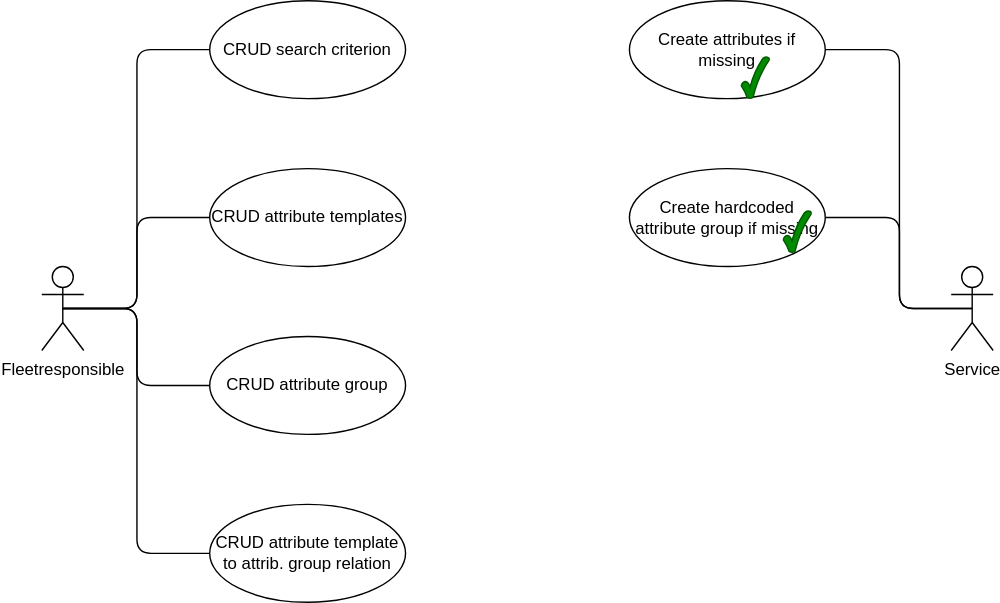
Makoehle/attributes-byTemplate-generator keeps this draw.io diagram as docs/use-cases.svg. Above is the earlier version. Source tidied: cells renumbered, new cells last; positions are measured from the earlier drawing's top-left corner, leaving out a move shared by most shapes. The source it was exported from:
```xml
<mxGraphModel>
  <root>
    <mxCell id="0" />
    <mxCell id="1" parent="0" />
    <mxCell id="2" style="edgeStyle=elbowEdgeStyle;html=1;exitX=0.5;exitY=0.5;exitDx=0;exitDy=0;exitPerimeter=0;entryX=0;entryY=0.5;entryDx=0;entryDy=0;endArrow=none;endFill=0;" parent="1" edge="1" source="6" target="8">
      <mxGeometry relative="1" as="geometry" />
    </mxCell>
    <mxCell id="3" style="edgeStyle=elbowEdgeStyle;html=1;exitX=0.5;exitY=0.5;exitDx=0;exitDy=0;exitPerimeter=0;entryX=0;entryY=0.5;entryDx=0;entryDy=0;endArrow=none;endFill=0;" parent="1" edge="1" source="6" target="7">
      <mxGeometry relative="1" as="geometry" />
    </mxCell>
    <mxCell id="4" style="edgeStyle=elbowEdgeStyle;html=1;exitX=0.5;exitY=0.5;exitDx=0;exitDy=0;exitPerimeter=0;entryX=0;entryY=0.5;entryDx=0;entryDy=0;endArrow=none;endFill=0;" parent="1" edge="1" source="6" target="9">
      <mxGeometry relative="1" as="geometry" />
    </mxCell>
    <mxCell id="5" style="edgeStyle=elbowEdgeStyle;html=1;exitX=0.5;exitY=0.5;exitDx=0;exitDy=0;exitPerimeter=0;entryX=0;entryY=0.5;entryDx=0;entryDy=0;endArrow=none;endFill=0;" parent="1" edge="1" source="6" target="10">
      <mxGeometry relative="1" as="geometry" />
    </mxCell>
    <mxCell id="6" value="Fleetresponsible" style="shape=umlActor;verticalLabelPosition=bottom;verticalAlign=top;html=1;" parent="1" vertex="1">
      <mxGeometry y="190" width="30" height="60" as="geometry" />
    </mxCell>
    <mxCell id="7" value="CRUD attribute templates" style="ellipse;whiteSpace=wrap;html=1;" parent="1" vertex="1">
      <mxGeometry x="120" y="120" width="140" height="70" as="geometry" />
    </mxCell>
    <mxCell id="8" value="CRUD search criterion" style="ellipse;whiteSpace=wrap;html=1;" parent="1" vertex="1">
      <mxGeometry x="120" width="140" height="70" as="geometry" />
    </mxCell>
    <mxCell id="9" value="CRUD attribute group" style="ellipse;whiteSpace=wrap;html=1;" parent="1" vertex="1">
      <mxGeometry x="120" y="240" width="140" height="70" as="geometry" />
    </mxCell>
    <mxCell id="10" value="CRUD attribute template to attrib. group relation" style="ellipse;whiteSpace=wrap;html=1;" parent="1" vertex="1">
      <mxGeometry x="120" y="360" width="140" height="70" as="geometry" />
    </mxCell>
    <mxCell id="11" style="edgeStyle=elbowEdgeStyle;html=1;exitX=0.5;exitY=0.5;exitDx=0;exitDy=0;exitPerimeter=0;entryX=1;entryY=0.5;entryDx=0;entryDy=0;endArrow=none;endFill=0;" parent="1" edge="1" source="13" target="14">
      <mxGeometry relative="1" as="geometry" />
    </mxCell>
    <mxCell id="12" style="edgeStyle=elbowEdgeStyle;html=1;exitX=0.5;exitY=0.5;exitDx=0;exitDy=0;exitPerimeter=0;entryX=1;entryY=0.5;entryDx=0;entryDy=0;endArrow=none;endFill=0;" parent="1" edge="1" source="13" target="15">
      <mxGeometry relative="1" as="geometry" />
    </mxCell>
    <mxCell id="13" value="Service" style="shape=umlActor;verticalLabelPosition=bottom;verticalAlign=top;html=1;" parent="1" vertex="1">
      <mxGeometry x="650" y="190" width="30" height="60" as="geometry" />
    </mxCell>
    <mxCell id="14" value="Create attributes if missing" style="ellipse;whiteSpace=wrap;html=1;" parent="1" vertex="1">
      <mxGeometry x="420" width="140" height="70" as="geometry" />
    </mxCell>
    <mxCell id="15" value="Create hardcoded attribute group if missing" style="ellipse;whiteSpace=wrap;html=1;" parent="1" vertex="1">
      <mxGeometry x="420" y="120" width="140" height="70" as="geometry" />
    </mxCell>
    <mxCell id="16" style="verticalLabelPosition=bottom;verticalAlign=top;html=1;shape=mxgraph.basic.tick;fillColor=#008a00;fontColor=#ffffff;strokeColor=#005700;" parent="1" vertex="1">
      <mxGeometry x="530" y="150" width="20" height="30" as="geometry" />
    </mxCell>
    <mxCell id="17" style="verticalLabelPosition=bottom;verticalAlign=top;html=1;shape=mxgraph.basic.tick;fillColor=#008a00;fontColor=#ffffff;strokeColor=#005700;" parent="1" vertex="1">
      <mxGeometry x="500" y="40" width="20" height="30" as="geometry" />
    </mxCell>
  </root>
</mxGraphModel>
```
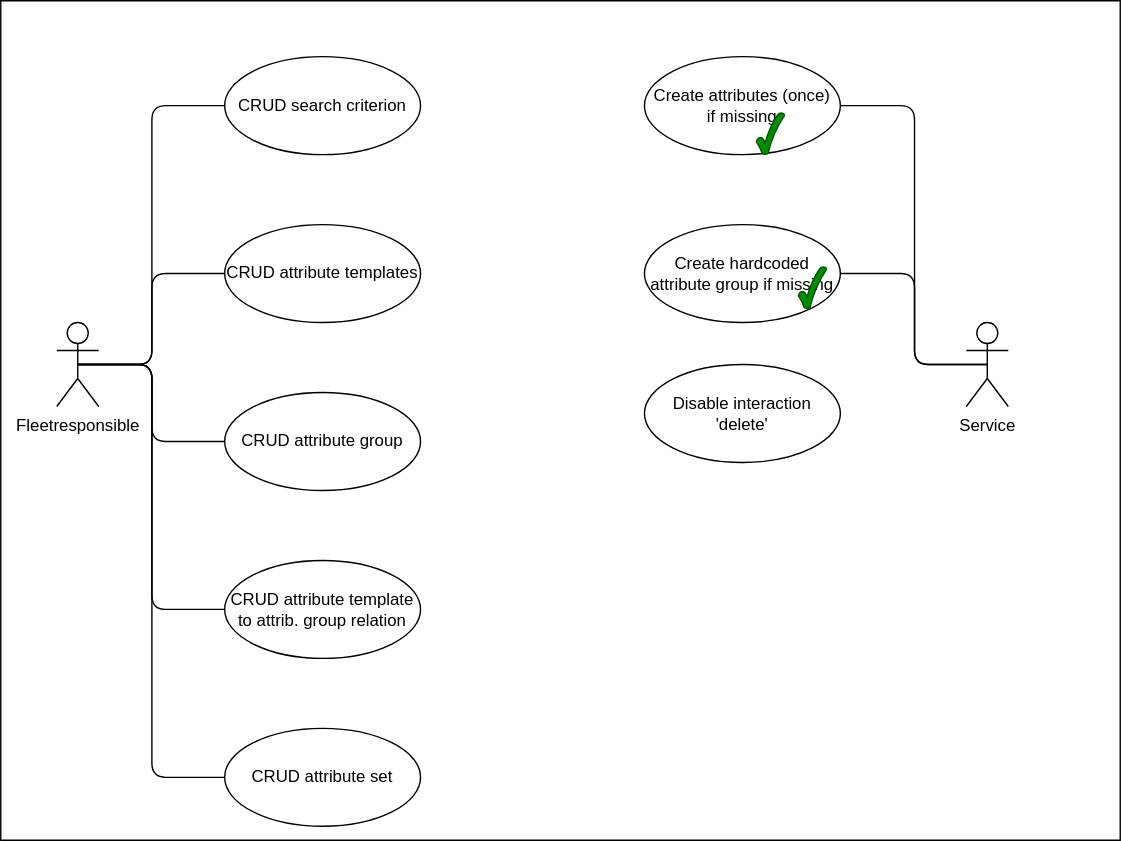
The same diagram one commit later.

Commit message:
docs: update use cases

Change to the diagram source:
```diff
@@ -2,6 +2,9 @@
   <root>
     <mxCell id="0" />
     <mxCell id="1" parent="0" />
+    <mxCell id="18" style="verticalLabelPosition=bottom;verticalAlign=top;html=1;shape=mxgraph.basic.rect;fillColor2=none;strokeWidth=1;size=20;indent=5;" parent="1" vertex="1">
+      <mxGeometry x="-40" y="-40" width="800" height="600" as="geometry" />
+    </mxCell>
     <mxCell id="2" style="edgeStyle=elbowEdgeStyle;html=1;exitX=0.5;exitY=0.5;exitDx=0;exitDy=0;exitPerimeter=0;entryX=0;entryY=0.5;entryDx=0;entryDy=0;endArrow=none;endFill=0;" parent="1" edge="1" source="6" target="8">
       <mxGeometry relative="1" as="geometry" />
     </mxCell>
@@ -14,6 +17,9 @@
     <mxCell id="5" style="edgeStyle=elbowEdgeStyle;html=1;exitX=0.5;exitY=0.5;exitDx=0;exitDy=0;exitPerimeter=0;entryX=0;entryY=0.5;entryDx=0;entryDy=0;endArrow=none;endFill=0;" parent="1" edge="1" source="6" target="10">
       <mxGeometry relative="1" as="geometry" />
     </mxCell>
+    <mxCell id="19" style="edgeStyle=elbowEdgeStyle;html=1;exitX=0.5;exitY=0.5;exitDx=0;exitDy=0;exitPerimeter=0;entryX=0;entryY=0.5;entryDx=0;entryDy=0;endArrow=none;endFill=0;" parent="1" edge="1" source="6" target="21">
+      <mxGeometry relative="1" as="geometry" />
+    </mxCell>
     <mxCell id="6" value="Fleetresponsible" style="shape=umlActor;verticalLabelPosition=bottom;verticalAlign=top;html=1;" parent="1" vertex="1">
       <mxGeometry y="190" width="30" height="60" as="geometry" />
     </mxCell>
@@ -38,7 +44,7 @@
     <mxCell id="13" value="Service" style="shape=umlActor;verticalLabelPosition=bottom;verticalAlign=top;html=1;" parent="1" vertex="1">
       <mxGeometry x="650" y="190" width="30" height="60" as="geometry" />
     </mxCell>
-    <mxCell id="14" value="Create attributes if missing" style="ellipse;whiteSpace=wrap;html=1;" parent="1" vertex="1">
+    <mxCell id="14" value="Create attributes (once)&lt;br&gt;if missing" style="ellipse;whiteSpace=wrap;html=1;" parent="1" vertex="1">
       <mxGeometry x="420" width="140" height="70" as="geometry" />
     </mxCell>
     <mxCell id="15" value="Create hardcoded attribute group if missing" style="ellipse;whiteSpace=wrap;html=1;" parent="1" vertex="1">
@@ -50,5 +56,11 @@
     <mxCell id="17" style="verticalLabelPosition=bottom;verticalAlign=top;html=1;shape=mxgraph.basic.tick;fillColor=#008a00;fontColor=#ffffff;strokeColor=#005700;" parent="1" vertex="1">
       <mxGeometry x="500" y="40" width="20" height="30" as="geometry" />
     </mxCell>
+    <mxCell id="20" value="Disable interaction 'delete'" style="ellipse;whiteSpace=wrap;html=1;" parent="1" vertex="1">
+      <mxGeometry x="420" y="220" width="140" height="70" as="geometry" />
+    </mxCell>
+    <mxCell id="21" value="CRUD attribute set" style="ellipse;whiteSpace=wrap;html=1;" parent="1" vertex="1">
+      <mxGeometry x="120" y="480" width="140" height="70" as="geometry" />
+    </mxCell>
   </root>
 </mxGraphModel>
```
